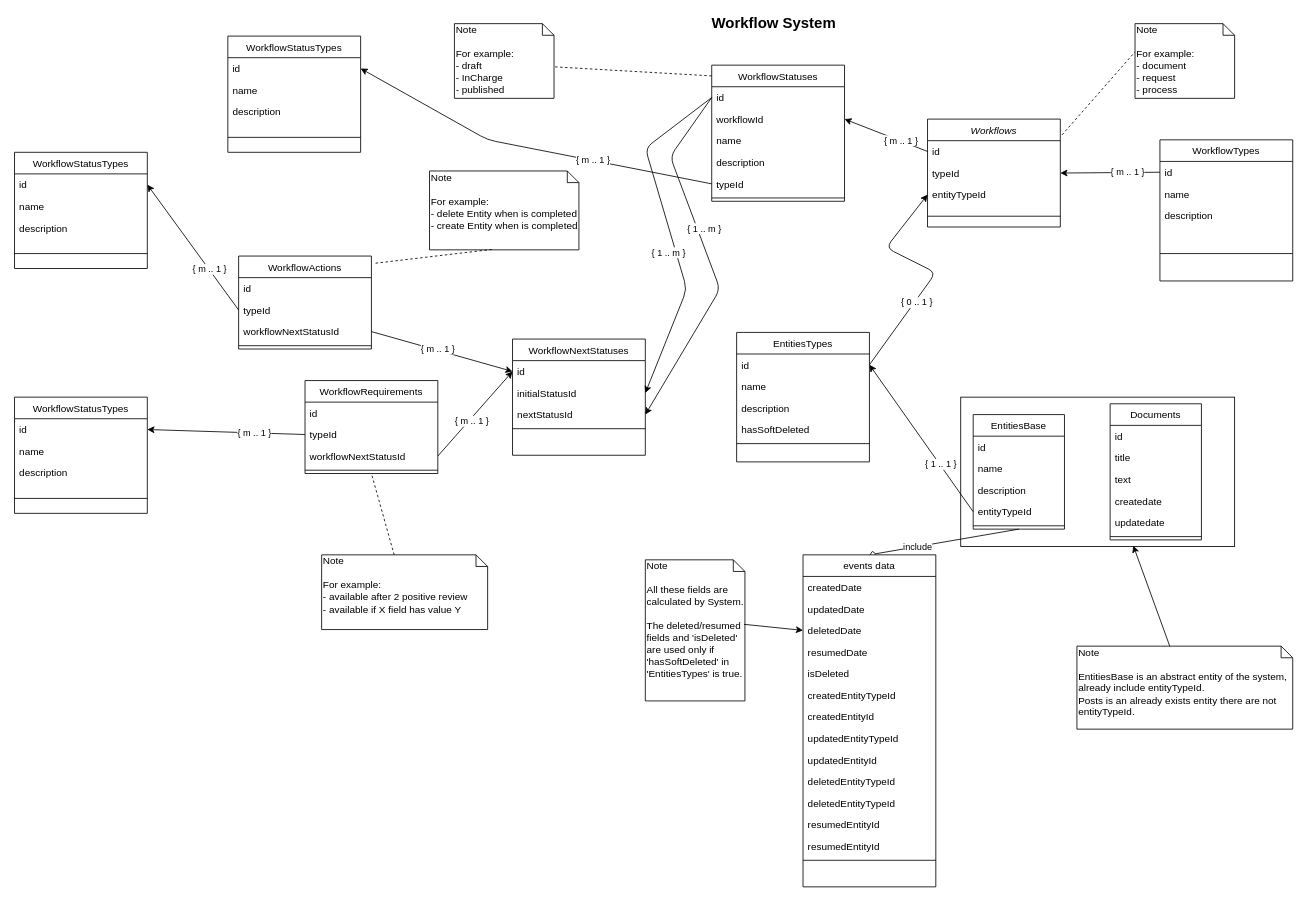
Before: Project/Diagrams/WorkflowSystem.drawio in Magicianred/WorkflowSystem, a draw.io diagram. Source tidied: cells renumbered, new cells numbered last; positions are measured from the earlier drawing's top-left corner, leaving out a move shared by most shapes. Both pictures are drawn from the tidied source at 83%, with x=0, y=0 at pixel (14, 15).
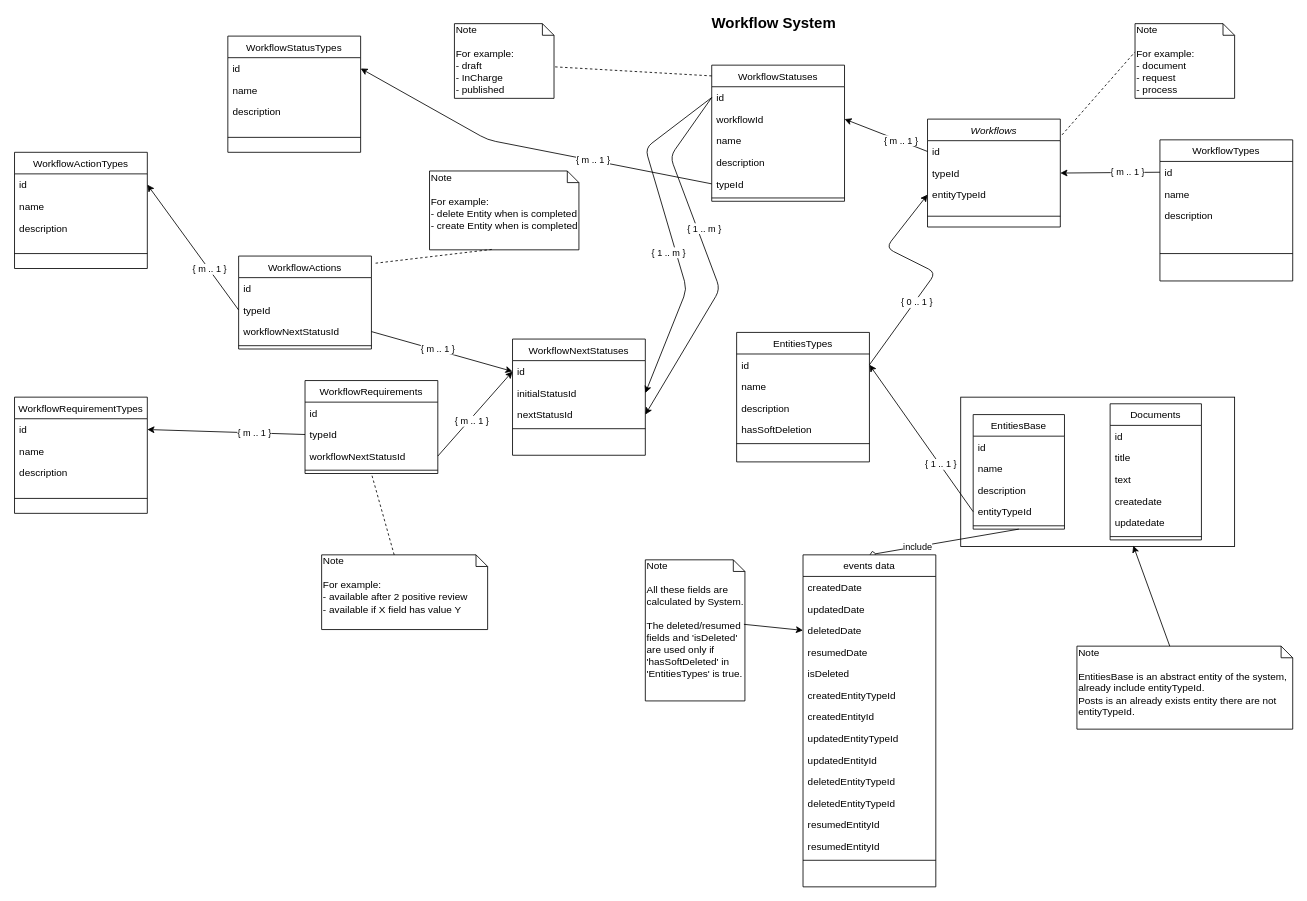
The same diagram, later.

Commit message (it also covers changes not shown here):
Edited diagram and resave png

Unchanged cells that the change refers to:
```xml
<mxCell id="94" value="EntitiesTypes" style="swimlane;fontStyle=0;align=center;verticalAlign=top;horizontal=1;startSize=26;rounded=0;shadow=0;strokeWidth=1;" parent="1" vertex="1">
  <mxGeometry x="870" y="382" width="160" height="156" as="geometry" />
</mxCell>
```

The edit, as a diff of the source:
```diff
@@
-    <mxCell id="18" value="WorkflowStatusTypes" style="swimlane;fontStyle=0;align=center;verticalAlign=top;horizontal=1;startSize=26;rounded=0;shadow=0;strokeWidth=1;" parent="1" vertex="1">
+    <mxCell id="18" value="WorkflowActionTypes" style="swimlane;fontStyle=0;align=center;verticalAlign=top;horizontal=1;startSize=26;rounded=0;shadow=0;strokeWidth=1;" parent="1" vertex="1">
       <mxGeometry y="165" width="160" height="140" as="geometry" />
     </mxCell>
@@
-    <mxCell id="98" value="hasSoftDeleted" style="text;align=left;verticalAlign=top;spacingLeft=4;spacingRight=4;overflow=hidden;rounded=0;shadow=0;html=0;" parent="94" vertex="1">
+    <mxCell id="98" value="hasSoftDeletion" style="text;align=left;verticalAlign=top;spacingLeft=4;spacingRight=4;overflow=hidden;rounded=0;shadow=0;html=0;" parent="94" vertex="1">
       <mxGeometry y="104" width="160" height="26" as="geometry" />
     </mxCell>
@@
-    <mxCell id="111" value="WorkflowStatusTypes" style="swimlane;fontStyle=0;align=center;verticalAlign=top;horizontal=1;startSize=26;rounded=0;shadow=0;strokeWidth=1;" parent="1" vertex="1">
+    <mxCell id="111" value="WorkflowRequirementTypes" style="swimlane;fontStyle=0;align=center;verticalAlign=top;horizontal=1;startSize=26;rounded=0;shadow=0;strokeWidth=1;" parent="1" vertex="1">
       <mxGeometry y="460" width="160" height="140" as="geometry" />
     </mxCell>
```
